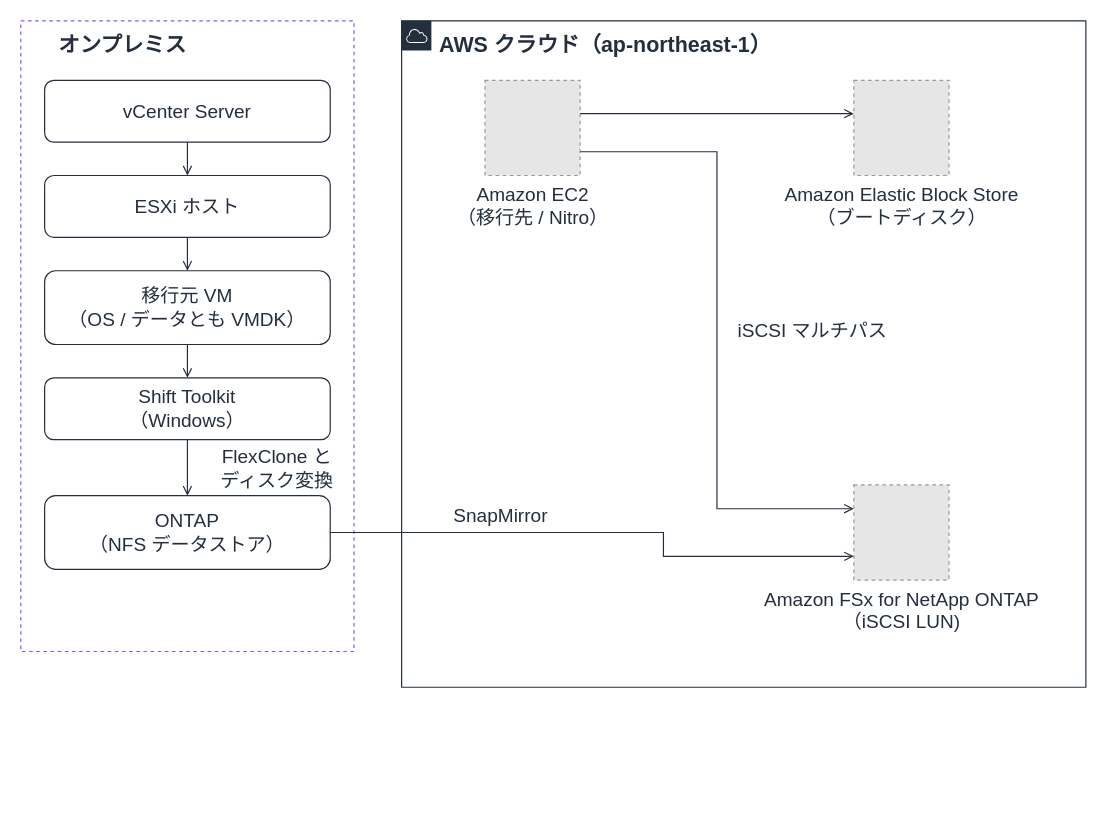
Earlier version of the draw.io diagram docs/_assets/diagrams/atx-fsxn-onprem-to-aws.drawio (Yoshiki0705/VMware-Migration-EC2-ONTAP). Source tidied: cells renumbered, new cells numbered last; positions are measured from the earlier drawing's top-left corner, leaving out a move shared by most shapes. Both pictures are drawn from the tidied source at 119%, with x=0, y=0 at pixel (20, 20). Pictures stored in the file or linked from it are replaced by grey dashed boxes.
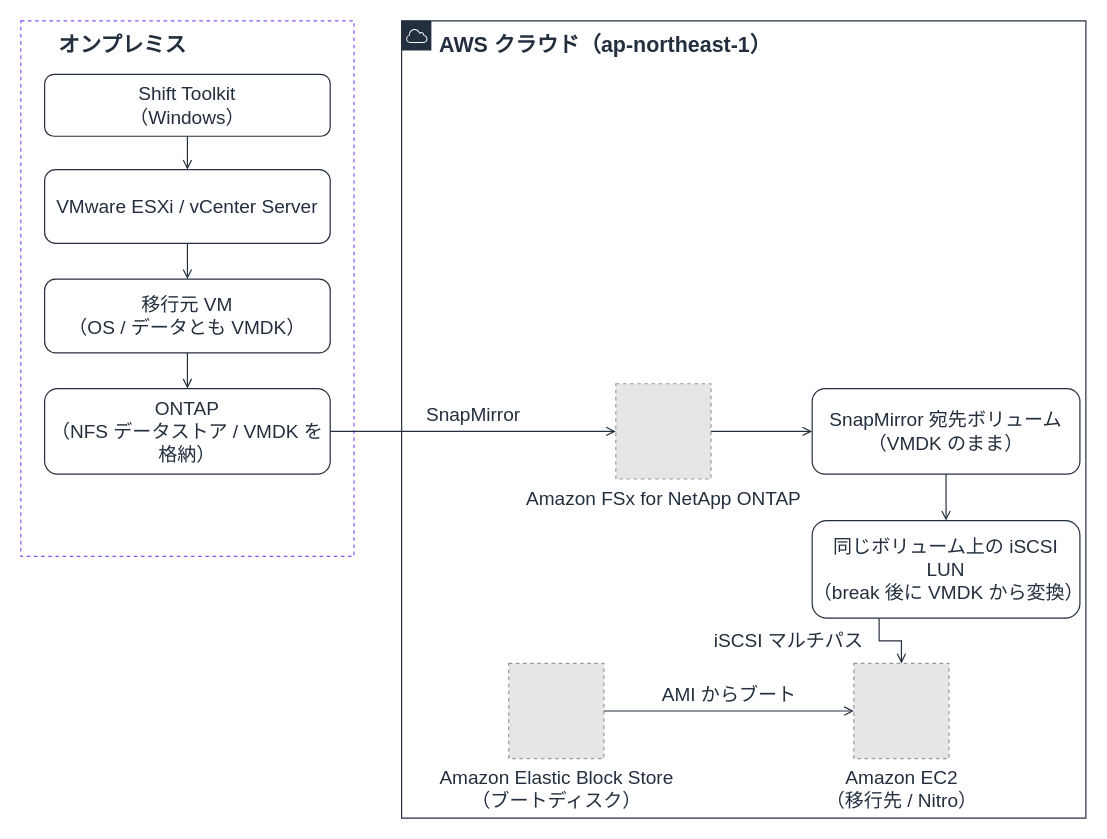
The same page after the edit.

What changed in the source:
```diff
@@
     <mxCell id="2" value="オンプレミス" style="gradientColor=none;html=1;whiteSpace=wrap;fontSize=18;fontStyle=1;fontColor=#232F3E;shape=mxgraph.aws4.group;strokeColor=#8C4FFF;fillColor=none;verticalAlign=top;align=left;spacingLeft=30;spacingTop=4;dashed=1;" parent="1" vertex="1">
-      <mxGeometry width="280" height="530" as="geometry" />
+      <mxGeometry width="280" height="450" as="geometry" />
     </mxCell>
     <mxCell id="3" value="AWS クラウド（ap-northeast-1）" style="gradientColor=none;html=1;whiteSpace=wrap;fontSize=18;fontStyle=1;fontColor=#232F3E;shape=mxgraph.aws4.group;grIcon=mxgraph.aws4.group_aws_cloud;strokeColor=#232F3E;fillColor=none;verticalAlign=top;align=left;spacingLeft=30;spacingTop=4;dashed=0;" parent="1" vertex="1">
-      <mxGeometry x="320" width="575" height="560" as="geometry" />
+      <mxGeometry x="320" width="575" height="670" as="geometry" />
     </mxCell>
-    <mxCell id="4" value="vCenter Server" style="rounded=1;whiteSpace=wrap;html=1;strokeColor=#232F3E;fillColor=none;fontColor=#232F3E;fontSize=16;verticalAlign=middle;align=center;" parent="1" vertex="1">
-      <mxGeometry x="20" y="50" width="240" height="52" as="geometry" />
-    </mxCell>
-    <mxCell id="5" value="ESXi ホスト" style="rounded=1;whiteSpace=wrap;html=1;strokeColor=#232F3E;fillColor=none;fontColor=#232F3E;fontSize=16;verticalAlign=middle;align=center;" parent="1" vertex="1">
-      <mxGeometry x="20" y="130" width="240" height="52" as="geometry" />
-    </mxCell>
+    <mxCell id="7" value="Shift Toolkit&#10;（Windows）" style="rounded=1;whiteSpace=wrap;html=1;strokeColor=#232F3E;fillColor=none;fontColor=#232F3E;fontSize=16;verticalAlign=middle;align=center;" parent="1" vertex="1">
+      <mxGeometry x="20" y="45" width="240" height="52" as="geometry" />
+    </mxCell>
+    <mxCell id="19" value="VMware ESXi / vCenter Server" style="rounded=1;whiteSpace=wrap;html=1;strokeColor=#232F3E;fillColor=none;fontColor=#232F3E;fontSize=16;verticalAlign=middle;align=center;" parent="1" vertex="1">
+      <mxGeometry x="20" y="125" width="240" height="62" as="geometry" />
+    </mxCell>
     <mxCell id="6" value="移行元 VM&#10;（OS / データとも VMDK）" style="rounded=1;whiteSpace=wrap;html=1;strokeColor=#232F3E;fillColor=none;fontColor=#232F3E;fontSize=16;verticalAlign=middle;align=center;" parent="1" vertex="1">
-      <mxGeometry x="20" y="210" width="240" height="62" as="geometry" />
+      <mxGeometry x="20" y="217" width="240" height="62" as="geometry" />
     </mxCell>
-    <mxCell id="7" value="Shift Toolkit&#10;（Windows）" style="rounded=1;whiteSpace=wrap;html=1;strokeColor=#232F3E;fillColor=none;fontColor=#232F3E;fontSize=16;verticalAlign=middle;align=center;" parent="1" vertex="1">
-      <mxGeometry x="20" y="300" width="240" height="52" as="geometry" />
-    </mxCell>
-    <mxCell id="8" value="ONTAP&#10;（NFS データストア）" style="rounded=1;whiteSpace=wrap;html=1;strokeColor=#232F3E;fillColor=none;fontColor=#232F3E;fontSize=16;verticalAlign=middle;align=center;" parent="1" vertex="1">
-      <mxGeometry x="20" y="399" width="240" height="62" as="geometry" />
+    <mxCell id="8" value="ONTAP&#10;（NFS データストア / VMDK を格納）" style="rounded=1;whiteSpace=wrap;html=1;strokeColor=#232F3E;fillColor=none;fontColor=#232F3E;fontSize=16;verticalAlign=middle;align=center;" parent="1" vertex="1">
+      <mxGeometry x="20" y="309" width="240" height="72" as="geometry" />
     </mxCell>
+    <mxCell id="20" value="SnapMirror 宛先ボリューム&#10;（VMDK のまま）" style="rounded=1;whiteSpace=wrap;html=1;strokeColor=#232F3E;fillColor=none;fontColor=#232F3E;fontSize=16;verticalAlign=middle;align=center;" parent="1" vertex="1">
+      <mxGeometry x="665" y="309" width="225" height="72" as="geometry" />
+    </mxCell>
+    <mxCell id="21" value="同じボリューム上の iSCSI LUN&#10;（break 後に VMDK から変換）" style="rounded=1;whiteSpace=wrap;html=1;strokeColor=#232F3E;fillColor=none;fontColor=#232F3E;fontSize=16;verticalAlign=middle;align=center;" parent="1" vertex="1">
+      <mxGeometry x="665" y="420" width="225" height="82" as="geometry" />
+    </mxCell>
+    <mxCell id="11" value="Amazon FSx for NetApp ONTAP" style="fillColor=#E6E6E6;strokeColor=#999999;dashed=1;html=1;verticalLabelPosition=bottom;verticalAlign=top;labelPosition=center;align=center;fontSize=16;fontColor=#232F3E;" parent="1" vertex="1">
+      <mxGeometry x="500" y="305" width="80" height="80" as="geometry" />
+    </mxCell>
+    <mxCell id="10" value="Amazon Elastic Block Store&#10;（ブートディスク）" style="fillColor=#E6E6E6;strokeColor=#999999;dashed=1;html=1;verticalLabelPosition=bottom;verticalAlign=top;labelPosition=center;align=center;fontSize=16;fontColor=#232F3E;" parent="1" vertex="1">
+      <mxGeometry x="410" y="540" width="80" height="80" as="geometry" />
+    </mxCell>
     <mxCell id="9" value="Amazon EC2&#10;（移行先 / Nitro）" style="fillColor=#E6E6E6;strokeColor=#999999;dashed=1;html=1;verticalLabelPosition=bottom;verticalAlign=top;labelPosition=center;align=center;fontSize=16;fontColor=#232F3E;" parent="1" vertex="1">
-      <mxGeometry x="390" y="50" width="80" height="80" as="geometry" />
+      <mxGeometry x="700" y="540" width="80" height="80" as="geometry" />
     </mxCell>
-    <mxCell id="10" value="Amazon Elastic Block Store&#10;（ブートディスク）" style="fillColor=#E6E6E6;strokeColor=#999999;dashed=1;html=1;verticalLabelPosition=bottom;verticalAlign=top;labelPosition=center;align=center;fontSize=16;fontColor=#232F3E;" parent="1" vertex="1">
-      <mxGeometry x="700" y="50" width="80" height="80" as="geometry" />
-    </mxCell>
-    <mxCell id="11" value="Amazon FSx for NetApp ONTAP&#10;（iSCSI LUN)" style="fillColor=#E6E6E6;strokeColor=#999999;dashed=1;html=1;verticalLabelPosition=bottom;verticalAlign=top;labelPosition=center;align=center;fontSize=16;fontColor=#232F3E;" parent="1" vertex="1">
-      <mxGeometry x="700" y="390" width="80" height="80" as="geometry" />
-    </mxCell>
-    <mxCell id="12" style="edgeStyle=orthogonalEdgeStyle;rounded=0;html=1;endArrow=open;endFill=0;strokeColor=#232F3E;strokeWidth=1;fontSize=16;fontColor=#232F3E;labelBackgroundColor=#FFFFFF;exitX=0.5;exitY=1;exitDx=0;exitDy=0;entryX=0.5;entryY=0;entryDx=0;entryDy=0;" parent="1" edge="1" source="4" target="5">
-      <mxGeometry relative="1" as="geometry" />
-    </mxCell>
-    <mxCell id="13" style="edgeStyle=orthogonalEdgeStyle;rounded=0;html=1;endArrow=open;endFill=0;strokeColor=#232F3E;strokeWidth=1;fontSize=16;fontColor=#232F3E;labelBackgroundColor=#FFFFFF;exitX=0.5;exitY=1;exitDx=0;exitDy=0;entryX=0.5;entryY=0;entryDx=0;entryDy=0;" parent="1" edge="1" source="5" target="6">
-      <mxGeometry relative="1" as="geometry" />
-    </mxCell>
-    <mxCell id="14" style="edgeStyle=orthogonalEdgeStyle;rounded=0;html=1;endArrow=open;endFill=0;strokeColor=#232F3E;strokeWidth=1;fontSize=16;fontColor=#232F3E;labelBackgroundColor=#FFFFFF;exitX=0.5;exitY=1;exitDx=0;exitDy=0;entryX=0.5;entryY=0;entryDx=0;entryDy=0;" parent="1" edge="1" source="6" target="7">
-      <mxGeometry relative="1" as="geometry" />
-    </mxCell>
-    <mxCell id="15" value="FlexClone と&#10;ディスク変換" style="edgeStyle=orthogonalEdgeStyle;rounded=0;html=1;endArrow=open;endFill=0;strokeColor=#232F3E;strokeWidth=1;fontSize=16;fontColor=#232F3E;labelBackgroundColor=#FFFFFF;exitX=0.5;exitY=1;exitDx=0;exitDy=0;entryX=0.5;entryY=0;entryDx=0;entryDy=0;" parent="1" edge="1" source="7" target="8">
-      <mxGeometry relative="1" as="geometry">
-        <mxPoint x="75" as="offset" />
-      </mxGeometry>
-    </mxCell>
+    <mxCell id="22" style="edgeStyle=orthogonalEdgeStyle;rounded=0;html=1;endArrow=open;endFill=0;strokeColor=#232F3E;strokeWidth=1;fontSize=16;fontColor=#232F3E;labelBackgroundColor=#FFFFFF;exitX=0.5;exitY=1;exitDx=0;exitDy=0;entryX=0.5;entryY=0;entryDx=0;entryDy=0;" parent="1" edge="1" source="7" target="19">
+      <mxGeometry relative="1" as="geometry" />
+    </mxCell>
+    <mxCell id="23" style="edgeStyle=orthogonalEdgeStyle;rounded=0;html=1;endArrow=open;endFill=0;strokeColor=#232F3E;strokeWidth=1;fontSize=16;fontColor=#232F3E;labelBackgroundColor=#FFFFFF;exitX=0.5;exitY=1;exitDx=0;exitDy=0;entryX=0.5;entryY=0;entryDx=0;entryDy=0;" parent="1" edge="1" source="19" target="6">
+      <mxGeometry relative="1" as="geometry" />
+    </mxCell>
+    <mxCell id="24" style="edgeStyle=orthogonalEdgeStyle;rounded=0;html=1;endArrow=open;endFill=0;strokeColor=#232F3E;strokeWidth=1;fontSize=16;fontColor=#232F3E;labelBackgroundColor=#FFFFFF;exitX=0.5;exitY=1;exitDx=0;exitDy=0;entryX=0.5;entryY=0;entryDx=0;entryDy=0;" parent="1" edge="1" source="6" target="8">
+      <mxGeometry relative="1" as="geometry" />
+    </mxCell>
-    <mxCell id="16" value="SnapMirror" style="edgeStyle=orthogonalEdgeStyle;rounded=0;html=1;endArrow=open;endFill=0;strokeColor=#232F3E;strokeWidth=1;fontSize=16;fontColor=#232F3E;labelBackgroundColor=#FFFFFF;exitX=1;exitY=0.5;exitDx=0;exitDy=0;entryX=0;entryY=0.75;entryDx=0;entryDy=0;" parent="1" edge="1" source="8" target="11">
-      <mxGeometry x="-0.38" relative="1" as="geometry">
-        <Array as="points">
-          <mxPoint x="540" y="430" />
-          <mxPoint x="540" y="450" />
-        </Array>
+    <mxCell id="16" value="SnapMirror" style="edgeStyle=orthogonalEdgeStyle;rounded=0;html=1;endArrow=open;endFill=0;strokeColor=#232F3E;strokeWidth=1;fontSize=16;fontColor=#232F3E;labelBackgroundColor=#FFFFFF;exitX=1;exitY=0.5;exitDx=0;exitDy=0;entryX=0;entryY=0.5;entryDx=0;entryDy=0;" parent="1" edge="1" source="8" target="11">
+      <mxGeometry relative="1" as="geometry">
         <mxPoint y="-14" as="offset" />
       </mxGeometry>
     </mxCell>
-    <mxCell id="17" style="edgeStyle=orthogonalEdgeStyle;rounded=0;html=1;endArrow=open;endFill=0;strokeColor=#232F3E;strokeWidth=1;fontSize=16;fontColor=#232F3E;labelBackgroundColor=#FFFFFF;exitX=1;exitY=0.35;exitDx=0;exitDy=0;entryX=0;entryY=0.35;entryDx=0;entryDy=0;" parent="1" edge="1" source="9" target="10">
-      <mxGeometry relative="1" as="geometry" />
-    </mxCell>
+    <mxCell id="25" style="edgeStyle=orthogonalEdgeStyle;rounded=0;html=1;endArrow=open;endFill=0;strokeColor=#232F3E;strokeWidth=1;fontSize=16;fontColor=#232F3E;labelBackgroundColor=#FFFFFF;exitX=1;exitY=0.5;exitDx=0;exitDy=0;entryX=0;entryY=0.5;entryDx=0;entryDy=0;" parent="1" edge="1" source="11" target="20">
+      <mxGeometry relative="1" as="geometry" />
+    </mxCell>
+    <mxCell id="26" style="edgeStyle=orthogonalEdgeStyle;rounded=0;html=1;endArrow=open;endFill=0;strokeColor=#232F3E;strokeWidth=1;fontSize=16;fontColor=#232F3E;labelBackgroundColor=#FFFFFF;exitX=0.5;exitY=1;exitDx=0;exitDy=0;entryX=0.5;entryY=0;entryDx=0;entryDy=0;" parent="1" edge="1" source="20" target="21">
+      <mxGeometry relative="1" as="geometry" />
+    </mxCell>
+    <mxCell id="27" value="AMI からブート" style="edgeStyle=orthogonalEdgeStyle;rounded=0;html=1;endArrow=open;endFill=0;strokeColor=#232F3E;strokeWidth=1;fontSize=16;fontColor=#232F3E;labelBackgroundColor=#FFFFFF;exitX=1;exitY=0.5;exitDx=0;exitDy=0;entryX=0;entryY=0.5;entryDx=0;entryDy=0;" parent="1" edge="1" source="10" target="9">
+      <mxGeometry relative="1" as="geometry">
+        <mxPoint y="-14" as="offset" />
+      </mxGeometry>
+    </mxCell>
-    <mxCell id="18" value="iSCSI マルチパス" style="edgeStyle=orthogonalEdgeStyle;rounded=0;html=1;endArrow=open;endFill=0;strokeColor=#232F3E;strokeWidth=1;fontSize=16;fontColor=#232F3E;labelBackgroundColor=#FFFFFF;exitX=1;exitY=0.75;exitDx=0;exitDy=0;entryX=0;entryY=0.25;entryDx=0;entryDy=0;" parent="1" edge="1" source="9" target="11">
+    <mxCell id="18" value="iSCSI マルチパス" style="edgeStyle=orthogonalEdgeStyle;rounded=0;html=1;endArrow=open;endFill=0;strokeColor=#232F3E;strokeWidth=1;fontSize=16;fontColor=#232F3E;labelBackgroundColor=#FFFFFF;exitX=0.25;exitY=1;exitDx=0;exitDy=0;entryX=0.5;entryY=0;entryDx=0;entryDy=0;" parent="1" edge="1" source="21" target="9">
       <mxGeometry relative="1" as="geometry">
-        <mxPoint x="80" as="offset" />
+        <mxPoint x="-85" as="offset" />
       </mxGeometry>
     </mxCell>
```
